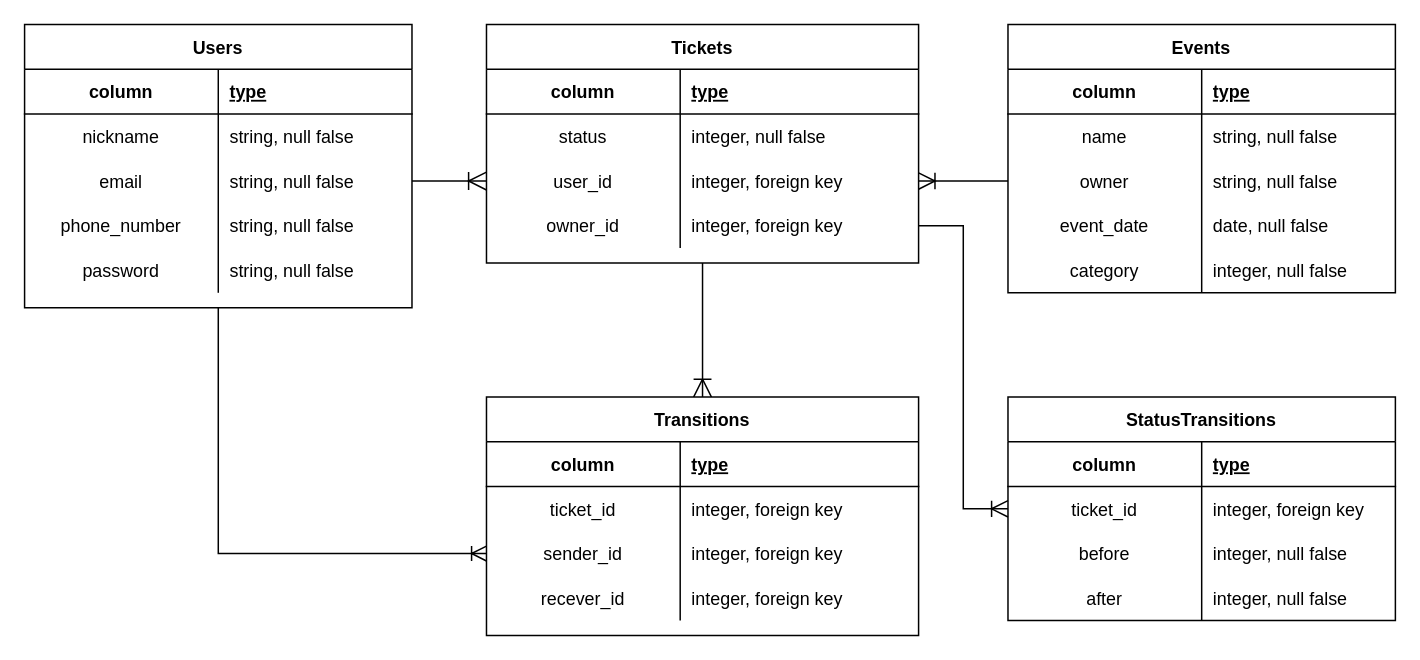
yuyakawai0411/auth-ticket-transfer keeps this draw.io diagram as ticket_transfer_app.dio. Above is the earlier version. Source tidied: cells renumbered, new cells numbered last; positions are measured from the earlier drawing's top-left corner, leaving out a move shared by most shapes. Both pictures are drawn from the tidied source at 149%, with x=0, y=0 at pixel (24, 24).
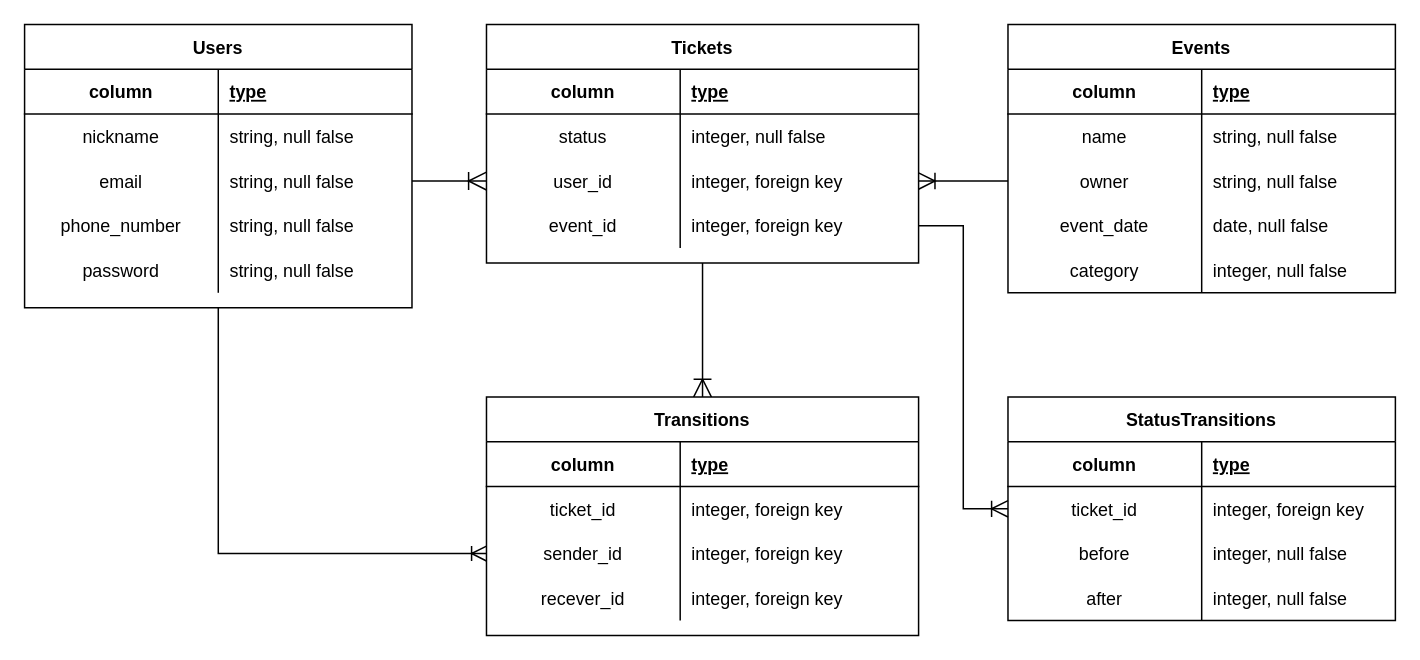
After the change.

Unchanged cells that the change refers to:
```xml
<mxCell id="30" style="shape=partialRectangle;fillColor=none;top=0;left=0;bottom=0;right=0;points=[[0,0.5],[1,0.5]];portConstraint=eastwest;" parent="20" vertex="1">
  <mxGeometry y="120" width="290" height="30" as="geometry" />
</mxCell>
```

What changed in the source:
```diff
@@
-    <mxCell id="31" value="owner_id" style="shape=partialRectangle;fillColor=none;top=0;left=0;bottom=0;right=0;overflow=hidden;" parent="30" vertex="1">
+    <mxCell id="31" value="event_id" style="shape=partialRectangle;fillColor=none;top=0;left=0;bottom=0;right=0;overflow=hidden;" parent="30" vertex="1">
       <mxGeometry width="130" height="30" as="geometry" />
     </mxCell>
```
